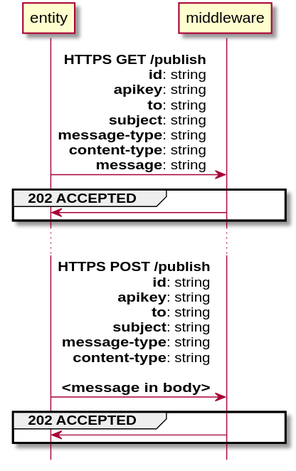
The PlantUML diagram DOCS/publish.svg in rbccps-iisc/corinthian, before a commit.
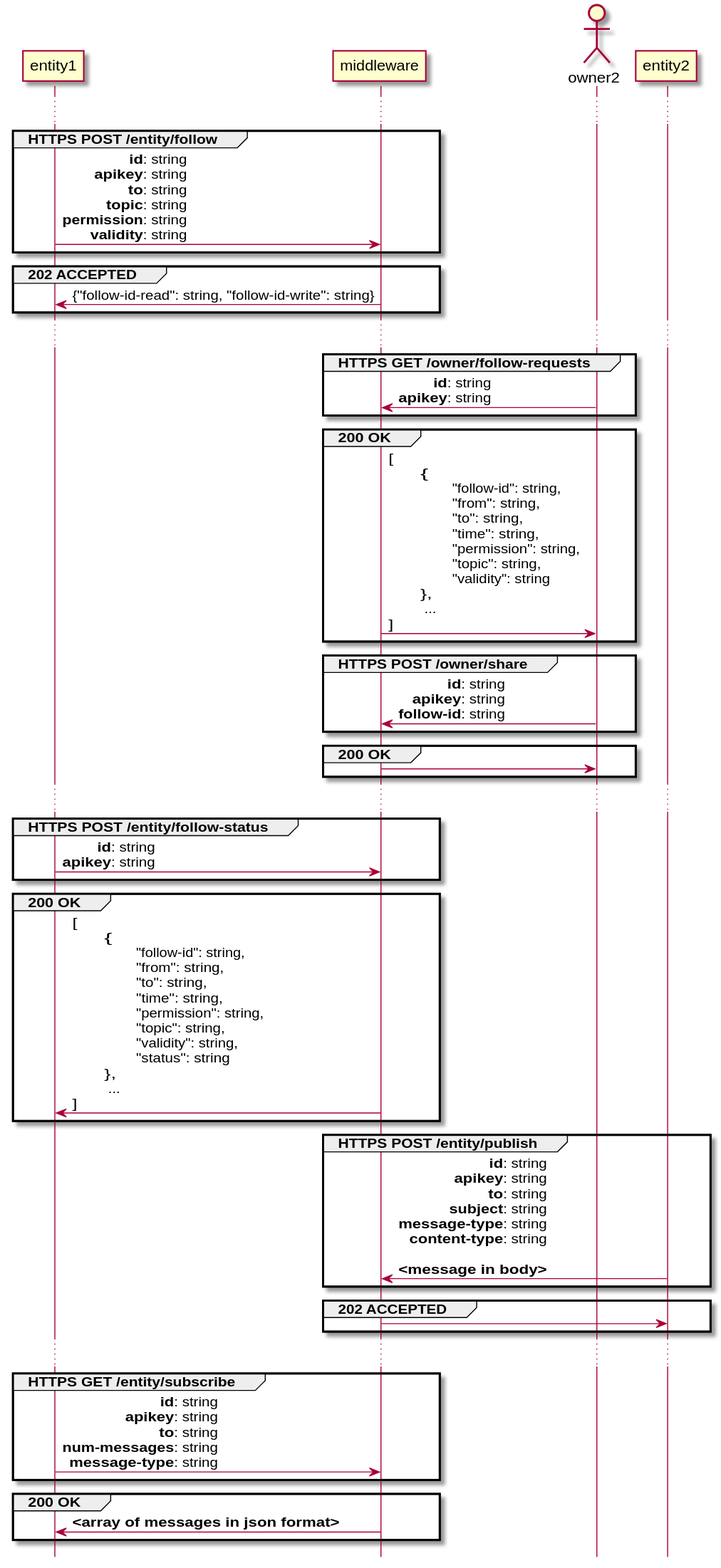
The same file after the commit.

Diff of the diagram source:
```diff
@@ -1,15 +1,61 @@
 @startuml
 hide footbox
 
-entity -> middleware: **HTTPS GET /publish**\r**id**: string\r**apikey**: string\r**to**: string\r**subject**: string\r**message-type**: string\r**content-type**: string\r**message**: string
+
+...
+group HTTPS POST /entity/follow
+entity1 -> middleware: **id**: string\r**apikey**: string\r**to**: string\r**topic**: string\r**permission**: string\r**validity**: string
+end
+
 group 202 ACCEPTED
-middleware -> entity:
+middleware -> entity1: {"follow-id-read": string, "follow-id-write": string}
 end
 
 ...
 
-entity -> middleware: **HTTPS POST /publish**\r**id**: string\r**apikey**: string\r**to**: string\r**subject**: string\r**message-type**: string\r**content-type**: string\r\r**<message in body>**
+actor owner2
+
+group HTTPS GET /owner/follow-requests
+owner2 -> middleware:**id**: string\r**apikey**: string
+end
+
+group 200 OK
+middleware -> owner2: [\l\t{\t\r\t\t"follow-id": string,\r\t\t"from": string,\r\t\t"to": string,\r\t\t"time": string,\r\t\t"permission": string,\r\t\t"topic": string,\r\t\t"validity": string\r\t},\l\t ...\l]
+end
+
+group HTTPS POST /owner/share
+owner2 -> middleware : **id**: string\r**apikey**: string\r**follow-id**: string
+end
+
+group 200 OK
+middleware -> owner2
+end
+
+...
+group HTTPS POST /entity/follow-status
+entity1 -> middleware: **id**: string\r**apikey**: string
+end
+
+group 200 OK
+middleware -> entity1: [\l\t{\t\r\t\t"follow-id": string,\r\t\t"from": string,\r\t\t"to": string,\r\t\t"time": string,\r\t\t"permission": string,\r\t\t"topic": string,\r\t\t"validity": string,\r\t\t"status": string\r\t},\l\t ...\l]
+end
+
+
+group HTTPS POST /entity/publish
+entity2 -> middleware: **id**: string\r**apikey**: string\r**to**: string\r**subject**: string\r**message-type**: string\r**content-type**: string\r\r**<message in body>**
+end
+
 group 202 ACCEPTED
-middleware -> entity:
+middleware -> entity2:
+end
+
+...
+group HTTPS GET /entity/subscribe
+
+entity1 -> middleware: **id**: string\r**apikey**: string\r**to**: string\r**num-messages**: string\r**message-type**: string
+end
+
+group 200 OK
+middleware -> entity1: **<array of messages in json format>**
 end
 @enduml
```
